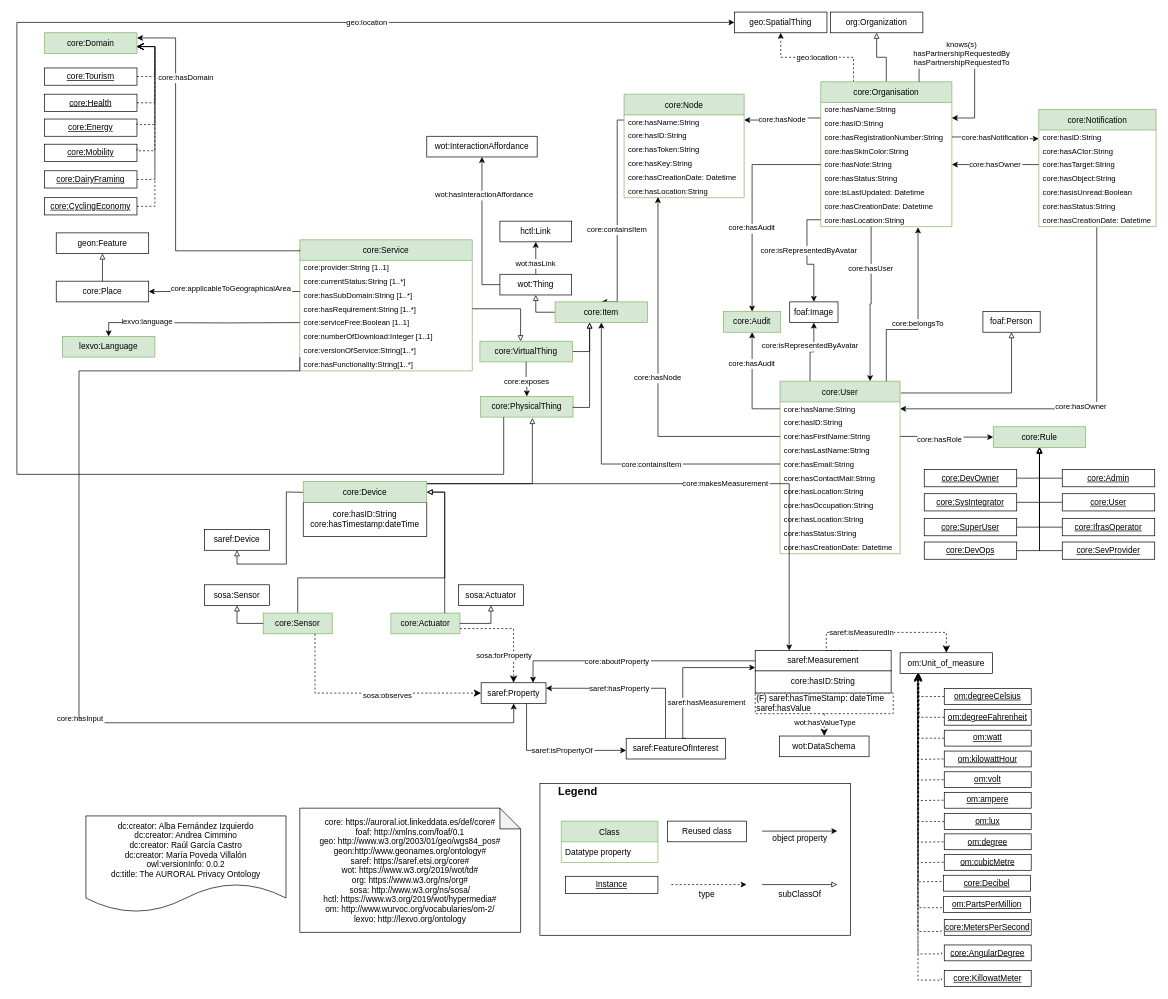
This is page "V2" (1 of 2) of diagrams/core.drawio from oeg-upm/auroral-core-ontology, a draw.io file, before an edit. Source tidied: cells renumbered, new cells numbered last; positions are measured from the earlier drawing's top-left corner, leaving out a move shared by most shapes. Both pictures are drawn from the tidied source at 69%, with x=0, y=0 at pixel (17, 12).
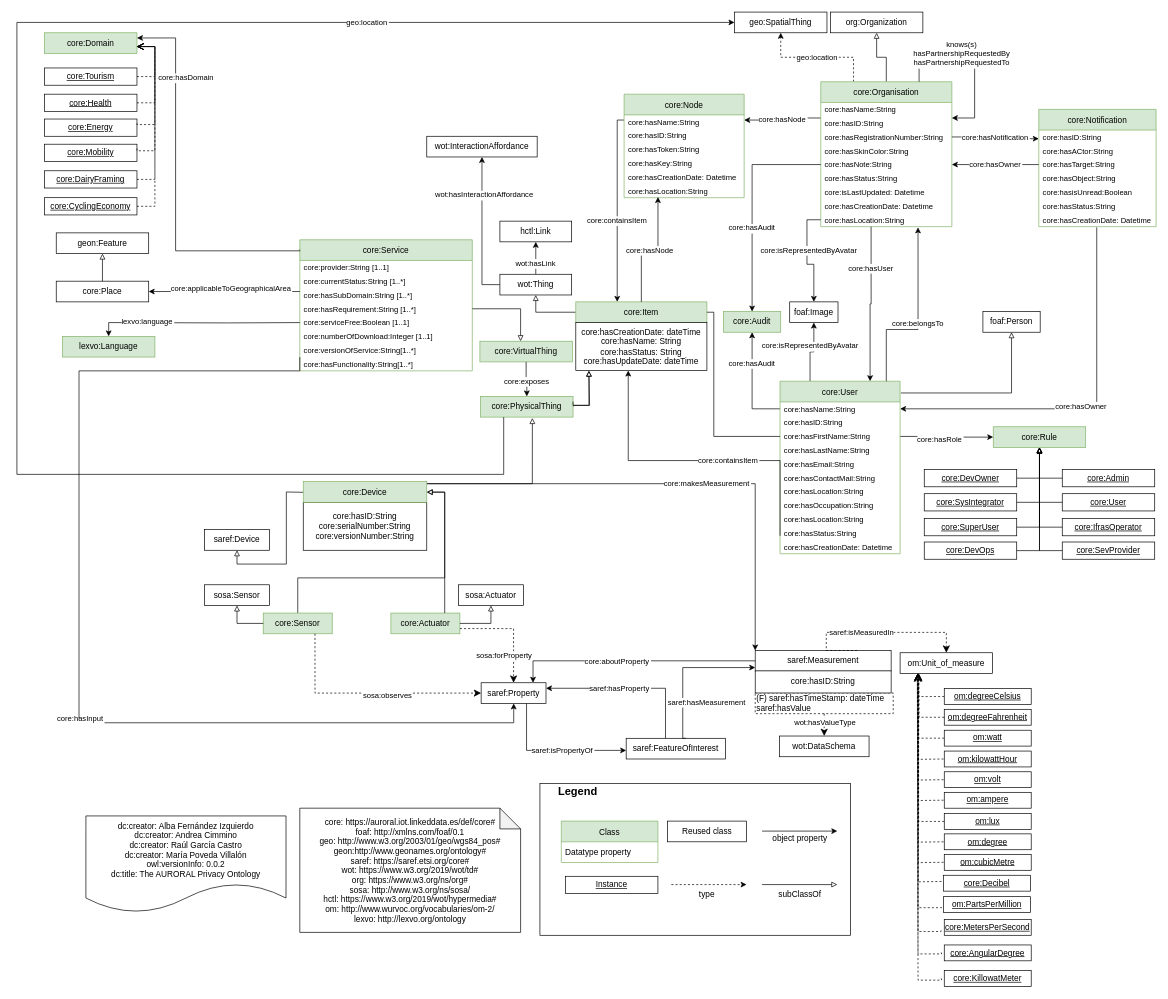
Above is the later version.

Commit message (it also covers changes not shown here):
update core ontology

Unchanged cells that the change refers to:
```xml
<mxCell id="29" value="core:hasFirstName:String" style="text;strokeColor=none;fillColor=none;align=left;verticalAlign=middle;spacingLeft=4;spacingRight=4;overflow=hidden;points=[[0,0.5],[1,0.5]];portConstraint=eastwest;fontSize=11;" parent="26" vertex="1">
  <mxGeometry y="70" width="174" height="20" as="geometry" />
</mxCell>
<mxCell id="31" value="core:hasEmail:String" style="text;strokeColor=none;fillColor=none;align=left;verticalAlign=middle;spacingLeft=4;spacingRight=4;overflow=hidden;points=[[0,0.5],[1,0.5]];portConstraint=eastwest;fontSize=11;" parent="26" vertex="1">
  <mxGeometry y="110" width="174" height="20" as="geometry" />
</mxCell>
<mxCell id="39" value="core:Node" style="swimlane;fontStyle=0;horizontal=1;startSize=30;fillColor=#d5e8d4;strokeColor=#82b366;" parent="1" vertex="1">
  <mxGeometry x="880" y="119" width="174" height="150" as="geometry" />
</mxCell>
<mxCell id="45" value="core:hasLocation:String" style="text;strokeColor=none;fillColor=none;align=left;verticalAlign=middle;spacingLeft=4;spacingRight=4;overflow=hidden;points=[[0,0.5],[1,0.5]];portConstraint=eastwest;fontSize=11;" parent="39" vertex="1">
  <mxGeometry y="130" width="174" height="20" as="geometry" />
</mxCell>
<mxCell id="120" value="saref:Measurement" style="rounded=0;whiteSpace=wrap;html=1;" parent="1" vertex="1">
  <mxGeometry x="1070" y="925.2" width="197" height="30" as="geometry" />
</mxCell>
<mxCell id="166" value="core:VirtualThing" style="rounded=0;whiteSpace=wrap;html=1;fillColor=#d5e8d4;strokeColor=#82b366;" parent="1" vertex="1">
  <mxGeometry x="671" y="477" width="134" height="30" as="geometry" />
</mxCell>
<mxCell id="167" value="core:PhysicalThing" style="rounded=0;whiteSpace=wrap;html=1;fillColor=#d5e8d4;strokeColor=#82b366;" parent="1" vertex="1">
  <mxGeometry x="672" y="557" width="134" height="30" as="geometry" />
</mxCell>
<mxCell id="178" value="core:Device" style="rounded=0;whiteSpace=wrap;html=1;snapToPoint=1;points=[[0.1,0],[0.2,0],[0.3,0],[0.4,0],[0.5,0],[0.6,0],[0.7,0],[0.8,0],[0.9,0],[0,0.1],[0,0.3],[0,0.5],[0,0.7],[0,0.9],[0.1,1],[0.2,1],[0.3,1],[0.4,1],[0.5,1],[0.6,1],[0.7,1],[0.8,1],[0.9,1],[1,0.1],[1,0.3],[1,0.5],[1,0.7],[1,0.9]];fillColor=#d5e8d4;strokeColor=#82b366;" parent="1" vertex="1">
  <mxGeometry x="415" y="680.5" width="179" height="30" as="geometry" />
</mxCell>
```

The edit, as a diff of the source:
```diff
@@
-    <mxCell id="38" value="core:containsItem" style="edgeStyle=orthogonalEdgeStyle;rounded=0;jettySize=auto;exitX=0;exitY=0.25;exitDx=0;exitDy=0;entryX=0.5;entryY=0;entryDx=0;entryDy=0;fontSize=11;endArrow=classic;endFill=1;" parent="1" edge="1" source="39" target="53">
+    <mxCell id="38" value="core:containsItem" style="edgeStyle=orthogonalEdgeStyle;rounded=0;jettySize=auto;exitX=0;exitY=0.25;exitDx=0;exitDy=0;fontSize=11;endArrow=classic;endFill=1;" parent="1" edge="1" source="39" target="53">
       <mxGeometry x="0.13" relative="1" as="geometry">
         <Array as="points">
           <mxPoint x="870" y="157" />
-          <mxPoint x="870" y="420" />
         </Array>
       </mxGeometry>
     </mxCell>
@@
     <mxCell id="53" value="core:Item" style="rounded=0;whiteSpace=wrap;html=1;fillColor=#d5e8d4;strokeColor=#82b366;" parent="1" vertex="1">
-      <mxGeometry x="780" y="420" width="134" height="30" as="geometry" />
+      <mxGeometry x="810" y="420" width="190" height="30" as="geometry" />
     </mxCell>
@@
-    <mxCell id="62" style="edgeStyle=orthogonalEdgeStyle;rounded=0;jettySize=auto;html=1;fontSize=11;endArrow=block;endFill=0;exitX=1;exitY=0.5;exitDx=0;exitDy=0;" parent="1" edge="1" source="166" target="53">
+    <mxCell id="62" style="edgeStyle=orthogonalEdgeStyle;rounded=0;jettySize=auto;html=1;fontSize=11;endArrow=block;endFill=0;exitX=1;exitY=0.5;exitDx=0;exitDy=0;" parent="1" edge="1" source="167" target="204">
       <mxGeometry relative="1" as="geometry">
         <Array as="points">
-          <mxPoint x="830" y="492" />
+          <mxPoint x="806" y="570" />
+          <mxPoint x="830" y="570" />
         </Array>
       </mxGeometry>
     </mxCell>
@@
-    <mxCell id="90" value="core:containsItem" style="edgeStyle=orthogonalEdgeStyle;rounded=0;jettySize=auto;entryX=0.5;entryY=1;entryDx=0;entryDy=0;fontSize=11;endArrow=classic;endFill=1;exitX=0;exitY=0.5;exitDx=0;exitDy=0;" parent="1" edge="1" source="31" target="53">
+    <mxCell id="90" value="core:containsItem" style="edgeStyle=orthogonalEdgeStyle;rounded=0;jettySize=auto;entryX=0.4;entryY=1;entryDx=0;entryDy=0;fontSize=11;endArrow=classic;endFill=1;exitX=0;exitY=0.5;exitDx=0;exitDy=0;" parent="1" edge="1" target="204">
       <mxGeometry x="-0.2" relative="1" as="geometry">
+        <mxPoint x="1106" y="759" as="sourcePoint" />
         <Array as="points">
-          <mxPoint x="847" y="655" />
+          <mxPoint x="1106" y="650" />
+          <mxPoint x="886" y="650" />
         </Array>
       </mxGeometry>
     </mxCell>
-    <mxCell id="91" value="core:hasNode" style="edgeStyle=orthogonalEdgeStyle;rounded=0;jettySize=auto;exitX=0;exitY=0.5;exitDx=0;exitDy=0;fontSize=11;endArrow=classic;endFill=1;entryX=0.282;entryY=0.95;entryDx=0;entryDy=0;entryPerimeter=0;" parent="1" edge="1" source="29" target="45">
+    <mxCell id="91" value="core:hasNode" style="edgeStyle=orthogonalEdgeStyle;rounded=0;jettySize=auto;fontSize=11;endArrow=classic;endFill=1;entryX=0.282;entryY=0.95;entryDx=0;entryDy=0;entryPerimeter=0;startArrow=none;" parent="1" edge="1" source="53" target="45">
       <mxGeometry relative="1" as="geometry" />
     </mxCell>
@@
-    <mxCell id="127" value="core:makesMeasurement" style="edgeStyle=orthogonalEdgeStyle;rounded=0;jettySize=auto;entryX=0.25;entryY=0;entryDx=0;entryDy=0;fontSize=11;endArrow=classic;endFill=1;exitX=1;exitY=0.1;exitDx=0;exitDy=0;" parent="1" edge="1" source="178" target="120">
-      <mxGeometry x="0.13" relative="1" as="geometry" />
+    <mxCell id="127" value="core:makesMeasurement" style="edgeStyle=orthogonalEdgeStyle;rounded=0;jettySize=auto;entryX=0;entryY=0;entryDx=0;entryDy=0;fontSize=11;endArrow=classic;endFill=1;exitX=1;exitY=0.1;exitDx=0;exitDy=0;" parent="1" edge="1" source="178" target="120">
+      <mxGeometry x="0.13" relative="1" as="geometry">
+        <Array as="points">
+          <mxPoint x="1070" y="684" />
+        </Array>
+      </mxGeometry>
     </mxCell>
@@
-    <mxCell id="168" style="edgeStyle=orthogonalEdgeStyle;rounded=0;jettySize=auto;html=1;exitX=1;exitY=0.5;exitDx=0;exitDy=0;fontSize=11;endArrow=block;endFill=0;" parent="1" edge="1" source="167" target="53">
+    <mxCell id="168" style="edgeStyle=orthogonalEdgeStyle;rounded=0;jettySize=auto;html=1;exitX=1;exitY=0.25;exitDx=0;exitDy=0;fontSize=11;endArrow=block;endFill=0;entryX=0.1;entryY=1;entryDx=0;entryDy=0;" parent="1" edge="1" source="167" target="204">
       <mxGeometry relative="1" as="geometry">
         <Array as="points">
-          <mxPoint x="830" y="573" />
+          <mxPoint x="806" y="570" />
+          <mxPoint x="829" y="570" />
         </Array>
       </mxGeometry>
     </mxCell>
@@
-    <mxCell id="177" value="core:hasID:String&lt;br&gt;core:hasTimestamp:dateTime" style="rounded=0;whiteSpace=wrap;html=1;" parent="1" vertex="1">
-      <mxGeometry x="415" y="710.5" width="179" height="49.5" as="geometry" />
+    <mxCell id="177" value="core:hasID:String&lt;br&gt;core:serialNumber:String&lt;br&gt;core:versionNumber:String" style="rounded=0;whiteSpace=wrap;html=1;" parent="1" vertex="1">
+      <mxGeometry x="415" y="710.5" width="179" height="69.5" as="geometry" />
     </mxCell>
@@
+    <mxCell id="204" value="core:hasCreationDate: dateTime&lt;br&gt;core:hasName: String&lt;br&gt;core:hasStatus: String&lt;br&gt;core:hasUpdateDate: dateTime" style="rounded=0;whiteSpace=wrap;html=1;snapToPoint=1;points=[[0.1,0],[0.2,0],[0.3,0],[0.4,0],[0.5,0],[0.6,0],[0.7,0],[0.8,0],[0.9,0],[0,0.1],[0,0.3],[0,0.5],[0,0.7],[0,0.9],[0.1,1],[0.2,1],[0.3,1],[0.4,1],[0.5,1],[0.6,1],[0.7,1],[0.8,1],[0.9,1],[1,0.1],[1,0.3],[1,0.5],[1,0.7],[1,0.9]];" parent="1" vertex="1">
+      <mxGeometry x="810" y="450" width="190" height="69.5" as="geometry" />
+    </mxCell>
+    <mxCell id="205" style="edgeStyle=orthogonalEdgeStyle;rounded=0;jettySize=auto;exitX=0;exitY=0.5;exitDx=0;exitDy=0;fontSize=11;endArrow=none;endFill=1;entryX=1;entryY=0.5;entryDx=0;entryDy=0;" parent="1" edge="1" source="29" target="53">
+      <mxGeometry relative="1" as="geometry">
+        <Array as="points">
+          <mxPoint x="1010" y="615" />
+          <mxPoint x="1010" y="435" />
+        </Array>
+      </mxGeometry>
+    </mxCell>
```
